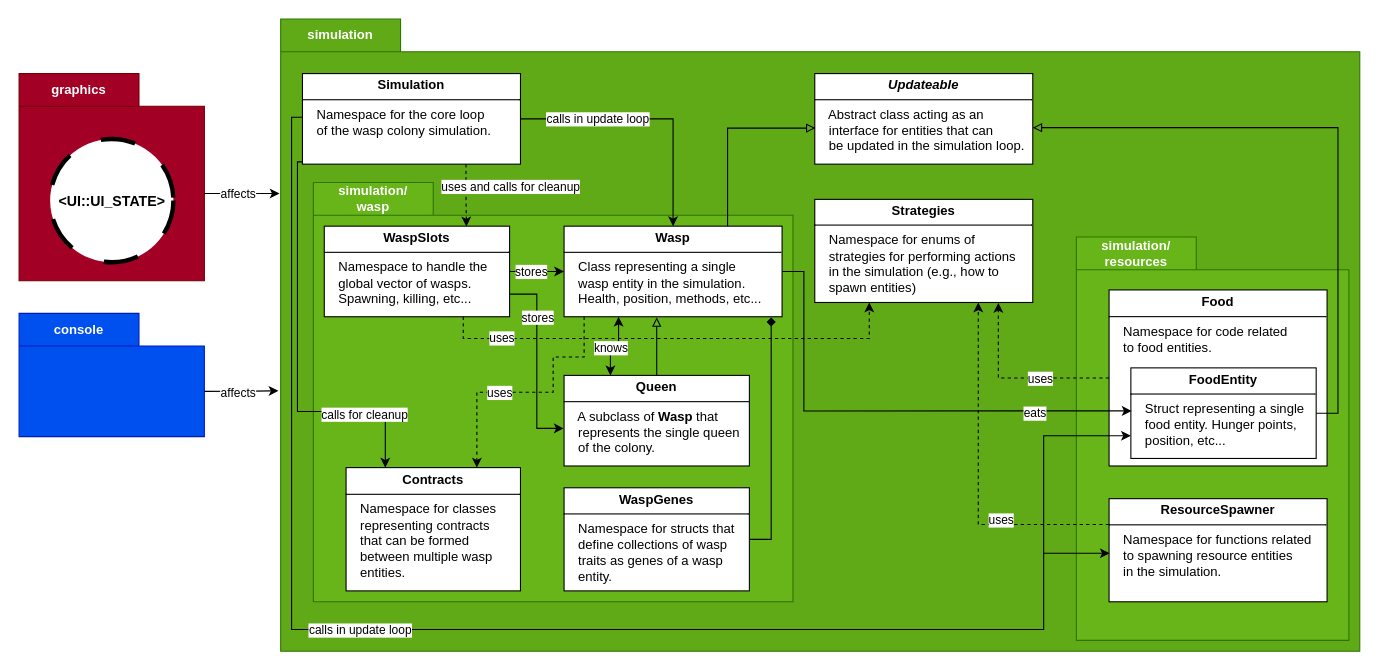
This is docs/img/simulation_architecture.drawio from ErikSeewald/Eriks-Wasp-Sim, a draw.io file, before an edit. Source tidied: cells renumbered, new cells numbered last; positions are measured from the earlier drawing's top-left corner, leaving out a move shared by most shapes. Both pictures are drawn from the tidied source at 109%, with x=0, y=0 at pixel (19, 19).
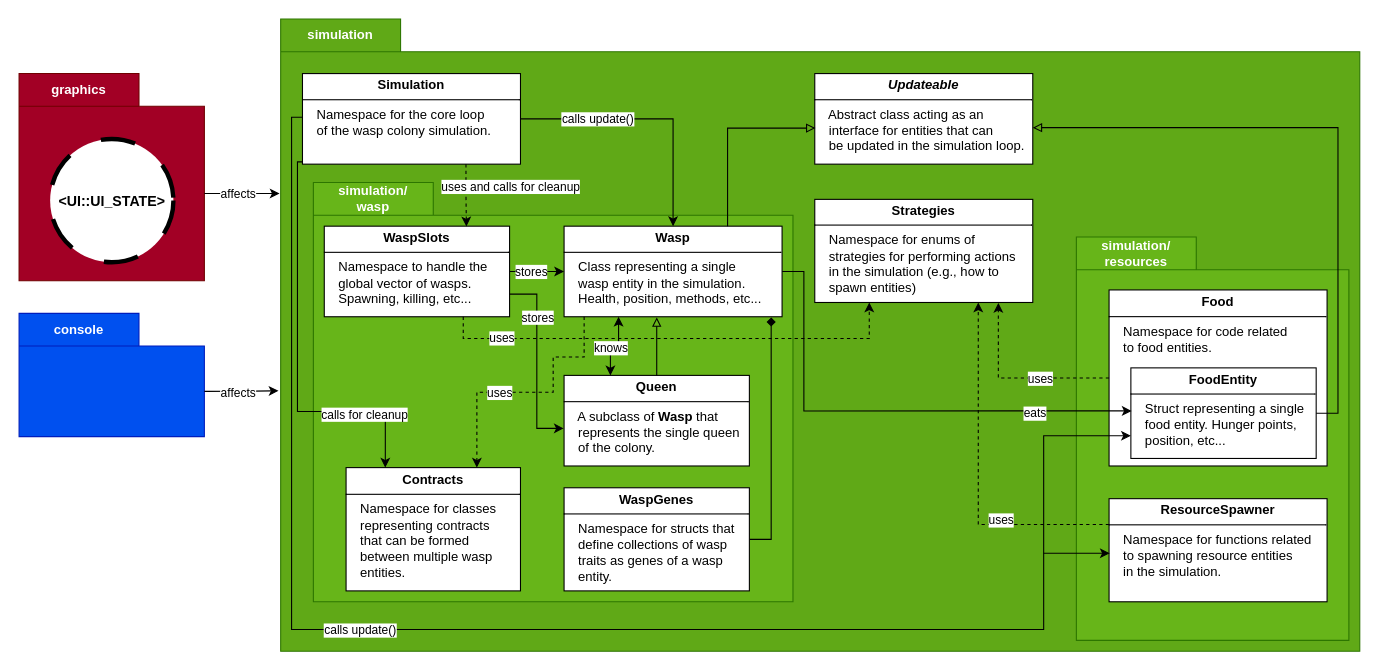
After the change.

Unchanged cells that the change refers to:
```xml
<mxCell id="20" style="edgeStyle=orthogonalEdgeStyle;rounded=0;jettySize=auto;html=1;entryX=0;entryY=0.75;entryDx=0;entryDy=0;" parent="1" edge="1" source="4" target="14">
  <mxGeometry relative="1" as="geometry">
    <Array as="points">
      <mxPoint x="250" y="90" />
      <mxPoint x="250" y="560" />
      <mxPoint x="940" y="560" />
      <mxPoint x="940" y="382.3" />
    </Array>
  </mxGeometry>
</mxCell>
<mxCell id="30" style="edgeStyle=orthogonalEdgeStyle;rounded=0;jettySize=auto;html=1;entryX=0.5;entryY=0;entryDx=0;entryDy=0;" parent="1" edge="1" source="4" target="29">
  <mxGeometry relative="1" as="geometry" />
</mxCell>
```

Change to the diagram source:
```diff
@@
-    <mxCell id="21" value="calls in update loop" style="edgeLabel;html=1;align=center;verticalAlign=middle;" parent="20" vertex="1">
+    <mxCell id="21" value="calls update()" style="edgeLabel;html=1;align=center;verticalAlign=middle;" parent="20" vertex="1">
       <mxGeometry x="0.46" y="-1" relative="1" as="geometry">
         <mxPoint x="-500" y="-1" as="offset" />
       </mxGeometry>
     </mxCell>
@@
-    <mxCell id="31" value="calls in update loop" style="edgeLabel;html=1;align=center;verticalAlign=middle;" parent="30" vertex="1">
+    <mxCell id="31" value="calls update()" style="edgeLabel;html=1;align=center;verticalAlign=middle;" parent="30" vertex="1">
       <mxGeometry x="-0.58" y="1" relative="1" as="geometry">
         <mxPoint x="20" y="1" as="offset" />
       </mxGeometry>
     </mxCell>
```
